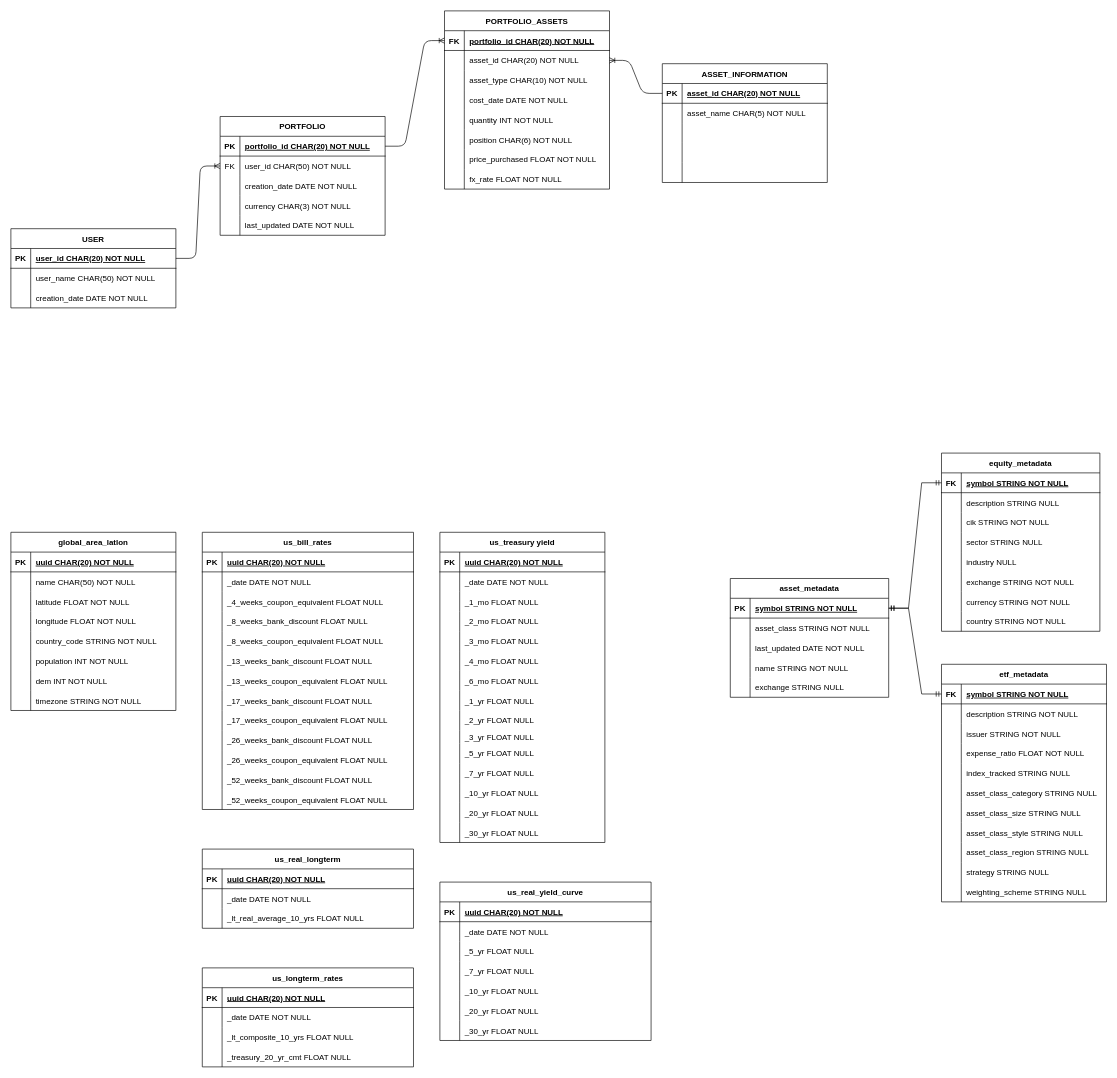
Above: assets/erd.drawio in lvxhnat/ion (draw.io), before the change. Source tidied: cells renumbered, new cells numbered last; positions are measured from the earlier drawing's top-left corner, leaving out a move shared by most shapes. Both pictures are drawn from the tidied source at 66%, with x=0, y=0 at pixel (11, 11).
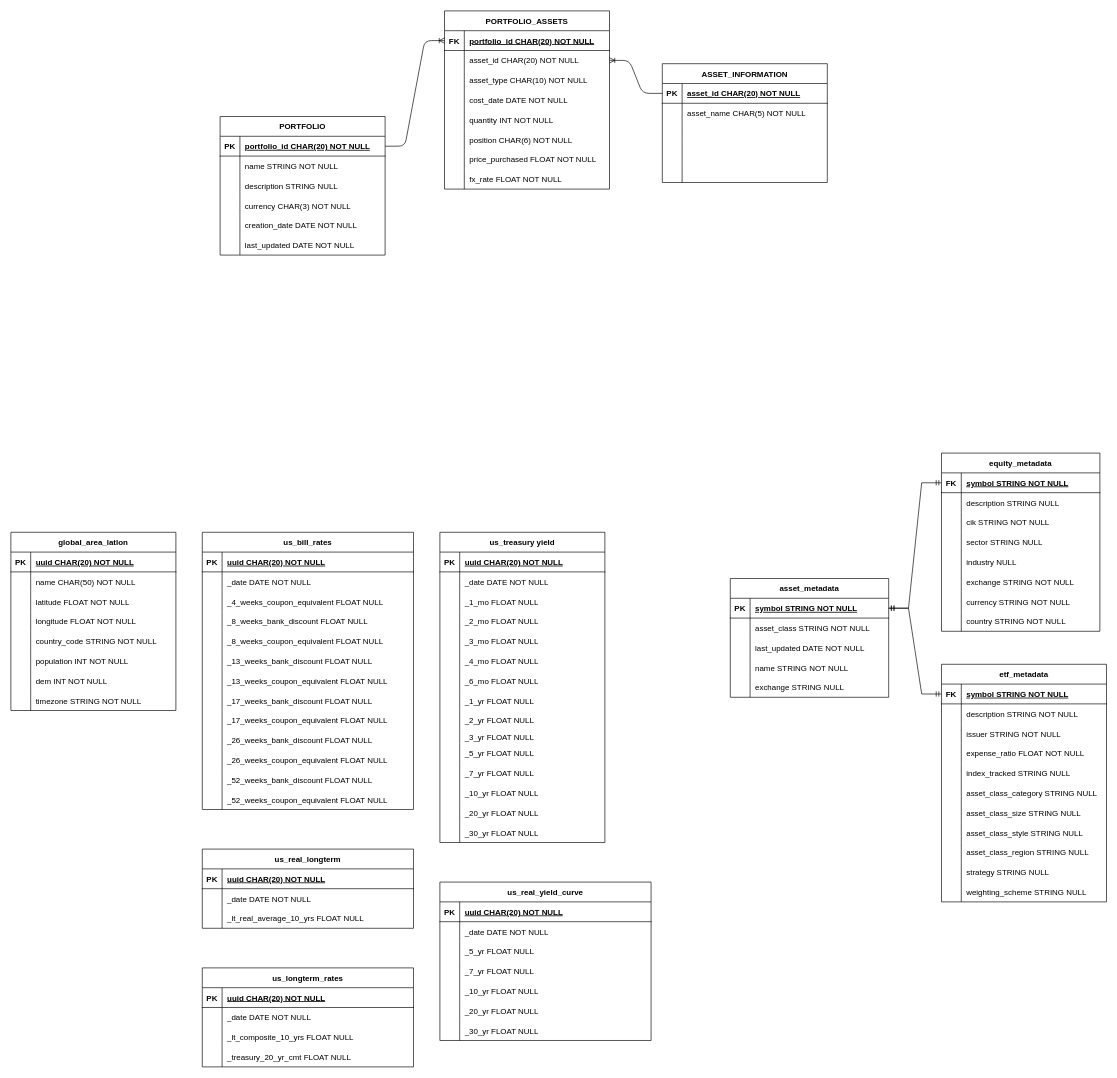
The same page after the edit.

Unchanged cells that the change refers to:
```xml
<mxCell id="6" style="shape=partialRectangle;fillColor=none;points=[[0,0.5],[1,0.5]];portConstraint=eastwest;top=0;left=0;right=0;bottom=0;" parent="2" vertex="1">
  <mxGeometry y="60" width="250" height="30" as="geometry" />
</mxCell>
<mxCell id="9" style="shape=partialRectangle;fillColor=none;top=0;left=0;right=0;bottom=0;" parent="2" vertex="1">
  <mxGeometry y="90" width="250" height="30" as="geometry" />
</mxCell>
<mxCell id="15" style="shape=partialRectangle;fillColor=none;top=0;left=0;right=0;bottom=0;" parent="2" vertex="1">
  <mxGeometry y="150" width="250" height="30" as="geometry" />
</mxCell>
```

Diff of the diagram source:
```diff
@@
     <mxCell id="2" value="PORTFOLIO" style="shape=table;startSize=30;childLayout=tableLayout;rowLines=0;fontStyle=1;align=center;" parent="1" vertex="1">
-      <mxGeometry x="317" y="160" width="250" height="180" as="geometry" />
+      <mxGeometry x="317" y="160" width="250" height="210" as="geometry" />
     </mxCell>
@@
-    <mxCell id="7" value="FK" style="shape=partialRectangle;overflow=hidden;fillColor=none;top=0;left=0;bottom=0;right=0;" parent="6" vertex="1">
+    <mxCell id="7" style="shape=partialRectangle;overflow=hidden;fillColor=none;top=0;left=0;bottom=0;right=0;" parent="6" vertex="1">
       <mxGeometry width="30" height="30" as="geometry" />
     </mxCell>
-    <mxCell id="8" value="user_id CHAR(50) NOT NULL" style="shape=partialRectangle;overflow=hidden;fillColor=none;top=0;left=0;bottom=0;right=0;align=left;spacingLeft=6;" parent="6" vertex="1">
+    <mxCell id="8" value="name STRING NOT NULL" style="shape=partialRectangle;overflow=hidden;fillColor=none;top=0;left=0;bottom=0;right=0;align=left;spacingLeft=6;" parent="6" vertex="1">
       <mxGeometry x="30" width="220" height="30" as="geometry" />
     </mxCell>
@@
-    <mxCell id="11" value="creation_date DATE NOT NULL" style="shape=partialRectangle;overflow=hidden;fillColor=none;top=0;left=0;bottom=0;right=0;align=left;spacingLeft=6;" parent="9" vertex="1">
+    <mxCell id="11" value="description STRING NULL" style="shape=partialRectangle;overflow=hidden;fillColor=none;top=0;left=0;bottom=0;right=0;align=left;spacingLeft=6;" parent="9" vertex="1">
       <mxGeometry x="30" width="220" height="30" as="geometry" />
     </mxCell>
@@
-    <mxCell id="17" value="last_updated DATE NOT NULL" style="shape=partialRectangle;overflow=hidden;fillColor=none;top=0;left=0;bottom=0;right=0;align=left;spacingLeft=6;" parent="15" vertex="1">
+    <mxCell id="17" value="creation_date DATE NOT NULL" style="shape=partialRectangle;overflow=hidden;fillColor=none;top=0;left=0;bottom=0;right=0;align=left;spacingLeft=6;" parent="15" vertex="1">
       <mxGeometry x="30" width="220" height="30" as="geometry" />
     </mxCell>
-    <mxCell id="18" value="USER" style="shape=table;startSize=30;childLayout=tableLayout;rowLines=0;fontStyle=1;align=center;" parent="1" vertex="1">
-      <mxGeometry y="330" width="250" height="120" as="geometry" />
-    </mxCell>
-    <mxCell id="19" style="shape=partialRectangle;fillColor=none;points=[[0,0.5],[1,0.5]];portConstraint=eastwest;top=0;left=0;right=0;bottom=1;" parent="18" vertex="1">
-      <mxGeometry y="30" width="250" height="30" as="geometry" />
-    </mxCell>
-    <mxCell id="20" value="PK" style="shape=partialRectangle;overflow=hidden;fillColor=none;top=0;left=0;bottom=0;right=0;fontStyle=1;" parent="19" vertex="1">
-      <mxGeometry width="30" height="30" as="geometry" />
-    </mxCell>
-    <mxCell id="21" value="user_id CHAR(20) NOT NULL" style="shape=partialRectangle;overflow=hidden;fillColor=none;top=0;left=0;bottom=0;right=0;align=left;spacingLeft=6;fontStyle=5;" parent="19" vertex="1">
-      <mxGeometry x="30" width="220" height="30" as="geometry" />
-    </mxCell>
-    <mxCell id="22" style="shape=partialRectangle;fillColor=none;top=0;left=0;right=0;bottom=0;" parent="18" vertex="1">
-      <mxGeometry y="60" width="250" height="30" as="geometry" />
-    </mxCell>
-    <mxCell id="23" style="shape=partialRectangle;overflow=hidden;fillColor=none;top=0;left=0;bottom=0;right=0;" parent="22" vertex="1">
-      <mxGeometry width="30" height="30" as="geometry" />
-    </mxCell>
-    <mxCell id="24" value="user_name CHAR(50) NOT NULL" style="shape=partialRectangle;overflow=hidden;fillColor=none;top=0;left=0;bottom=0;right=0;align=left;spacingLeft=6;" parent="22" vertex="1">
-      <mxGeometry x="30" width="220" height="30" as="geometry" />
-    </mxCell>
-    <mxCell id="25" style="shape=partialRectangle;fillColor=none;top=0;left=0;right=0;bottom=0;" parent="18" vertex="1">
-      <mxGeometry y="90" width="250" height="30" as="geometry" />
-    </mxCell>
-    <mxCell id="26" style="shape=partialRectangle;overflow=hidden;fillColor=none;top=0;left=0;bottom=0;right=0;" parent="25" vertex="1">
-      <mxGeometry width="30" height="30" as="geometry" />
-    </mxCell>
-    <mxCell id="27" value="creation_date DATE NOT NULL" style="shape=partialRectangle;overflow=hidden;fillColor=none;top=0;left=0;bottom=0;right=0;align=left;spacingLeft=6;" parent="25" vertex="1">
-      <mxGeometry x="30" width="220" height="30" as="geometry" />
-    </mxCell>
-    <mxCell id="28" style="edgeStyle=entityRelationEdgeStyle;fontSize=12;html=1;endArrow=ERoneToMany;rounded=1;exitX=1;exitY=0.5;exitDx=0;exitDy=0;entryX=0;entryY=0.5;entryDx=0;entryDy=0;" parent="1" edge="1" source="19" target="6">
-      <mxGeometry relative="1" as="geometry" />
-    </mxCell>
+    <mxCell id="305" style="shape=partialRectangle;fillColor=none;top=0;left=0;right=0;bottom=0;" parent="2" vertex="1">
+      <mxGeometry y="180" width="250" height="30" as="geometry" />
+    </mxCell>
+    <mxCell id="306" style="shape=partialRectangle;overflow=hidden;fillColor=none;top=0;left=0;bottom=0;right=0;" parent="305" vertex="1">
+      <mxGeometry width="30" height="30" as="geometry" />
+    </mxCell>
+    <mxCell id="307" value="last_updated DATE NOT NULL" style="shape=partialRectangle;overflow=hidden;fillColor=none;top=0;left=0;bottom=0;right=0;align=left;spacingLeft=6;" parent="305" vertex="1">
+      <mxGeometry x="30" width="220" height="30" as="geometry" />
+    </mxCell>
```
